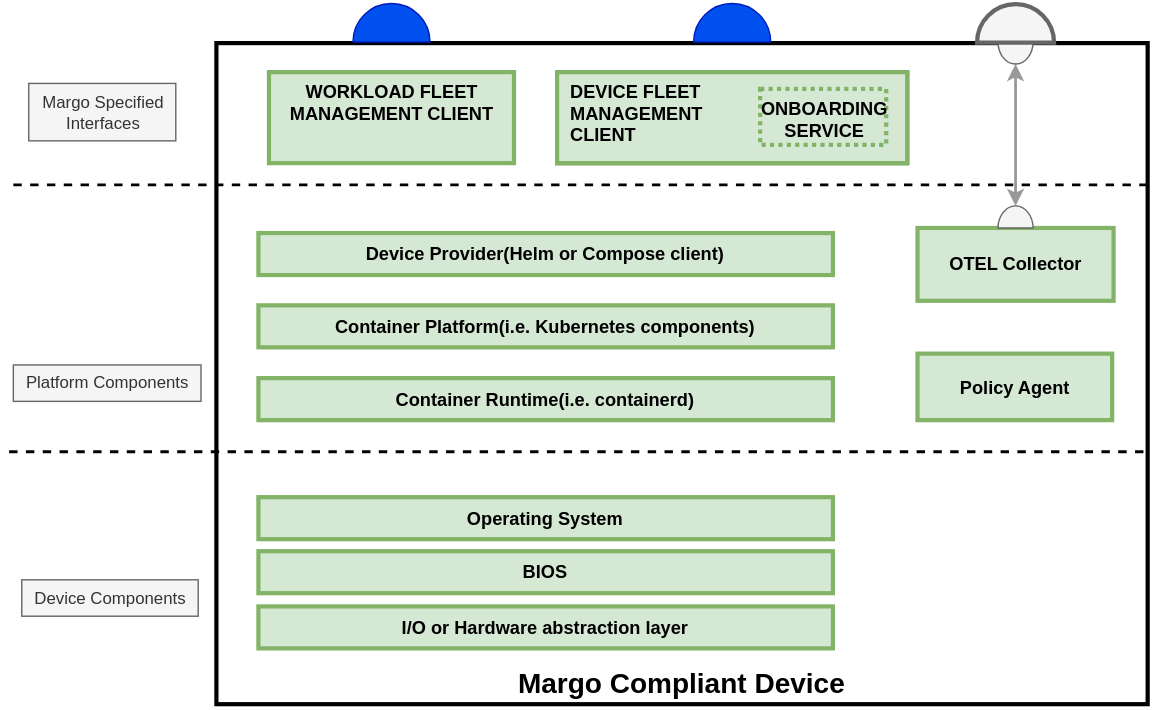
Earlier version of the draw.io export system-design/figures/device-layers.drawio.svg (margo/general_website_content). Source tidied: cells renumbered, new cells last; positions are measured from the earlier drawing's top-left corner, leaving out a move shared by most shapes.
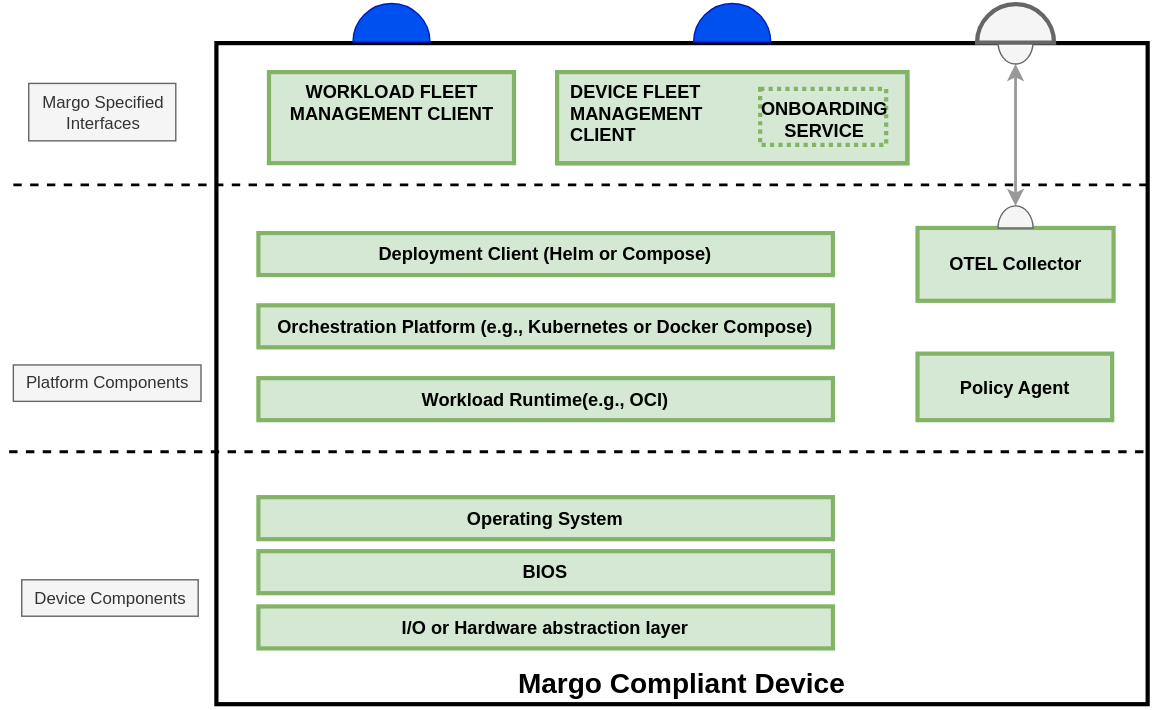
The same diagram one commit later.

Commit message:
Initial creation of content to remove device roles and replace with device capabilities.

The edit, as a diff of the source:
```diff
@@ -44,16 +44,16 @@
     <mxCell id="13" style="verticalLabelPosition=bottom;verticalAlign=top;html=1;shape=mxgraph.basic.half_circle;fillColor=#0050ef;strokeColor=#001DBC;rounded=0;fontColor=#ffffff;rotation=-180;fontFamily=Helvetica;align=center;fontSize=12;fontStyle=0;" parent="1" vertex="1">
       <mxGeometry x="494.8" y="2" width="55" height="27.5" as="geometry" />
     </mxCell>
-    <mxCell id="14" value="Policy Agent" style="whiteSpace=wrap;align=center;verticalAlign=middle;fontStyle=1;strokeWidth=3;fontSize=13;rounded=0;fillColor=#d5e8d4;strokeColor=#82b366;fontFamily=Helvetica;" parent="1" vertex="1">
+    <mxCell id="14" value="Policy Agent " style="whiteSpace=wrap;align=center;verticalAlign=middle;fontStyle=1;strokeWidth=3;fontSize=13;rounded=0;fillColor=#d5e8d4;strokeColor=#82b366;fontFamily=Helvetica;" parent="1" vertex="1">
       <mxGeometry x="654.7" y="252" width="139" height="47.5" as="geometry" />
     </mxCell>
-    <mxCell id="15" value="Device Provider(Helm or Compose client)" style="whiteSpace=wrap;align=center;verticalAlign=middle;fontStyle=1;strokeWidth=3;fontSize=13;rounded=0;fillColor=#d5e8d4;strokeColor=#82b366;fontFamily=Helvetica;" parent="1" vertex="1">
+    <mxCell id="15" value="Deployment Client (Helm or Compose)" style="whiteSpace=wrap;align=center;verticalAlign=middle;fontStyle=1;strokeWidth=3;fontSize=13;rounded=0;fillColor=#d5e8d4;strokeColor=#82b366;fontFamily=Helvetica;" parent="1" vertex="1">
       <mxGeometry x="184" y="165.9" width="410.2" height="30" as="geometry" />
     </mxCell>
-    <mxCell id="16" value="Container Platform(i.e. Kubernetes components)" style="whiteSpace=wrap;align=center;verticalAlign=middle;fontStyle=1;strokeWidth=3;fontSize=13;rounded=0;fillColor=#d5e8d4;strokeColor=#82b366;fontFamily=Helvetica;" parent="1" vertex="1">
+    <mxCell id="16" value="Orchestration Platform (e.g., Kubernetes or Docker Compose)" style="whiteSpace=wrap;align=center;verticalAlign=middle;fontStyle=1;strokeWidth=3;fontSize=13;rounded=0;fillColor=#d5e8d4;strokeColor=#82b366;fontFamily=Helvetica;" parent="1" vertex="1">
       <mxGeometry x="184" y="217.5" width="410.2" height="30" as="geometry" />
     </mxCell>
-    <mxCell id="17" value="Container Runtime(i.e. containerd)" style="whiteSpace=wrap;align=center;verticalAlign=middle;fontStyle=1;strokeWidth=3;fontSize=13;rounded=0;fillColor=#d5e8d4;strokeColor=#82b366;fontFamily=Helvetica;" parent="1" vertex="1">
+    <mxCell id="17" value="Workload Runtime(e.g., OCI)" style="whiteSpace=wrap;align=center;verticalAlign=middle;fontStyle=1;strokeWidth=3;fontSize=13;rounded=0;fillColor=#d5e8d4;strokeColor=#82b366;fontFamily=Helvetica;" parent="1" vertex="1">
       <mxGeometry x="184" y="269.5" width="410.2" height="30" as="geometry" />
     </mxCell>
     <mxCell id="18" style="group;" parent="1" vertex="1">
```
